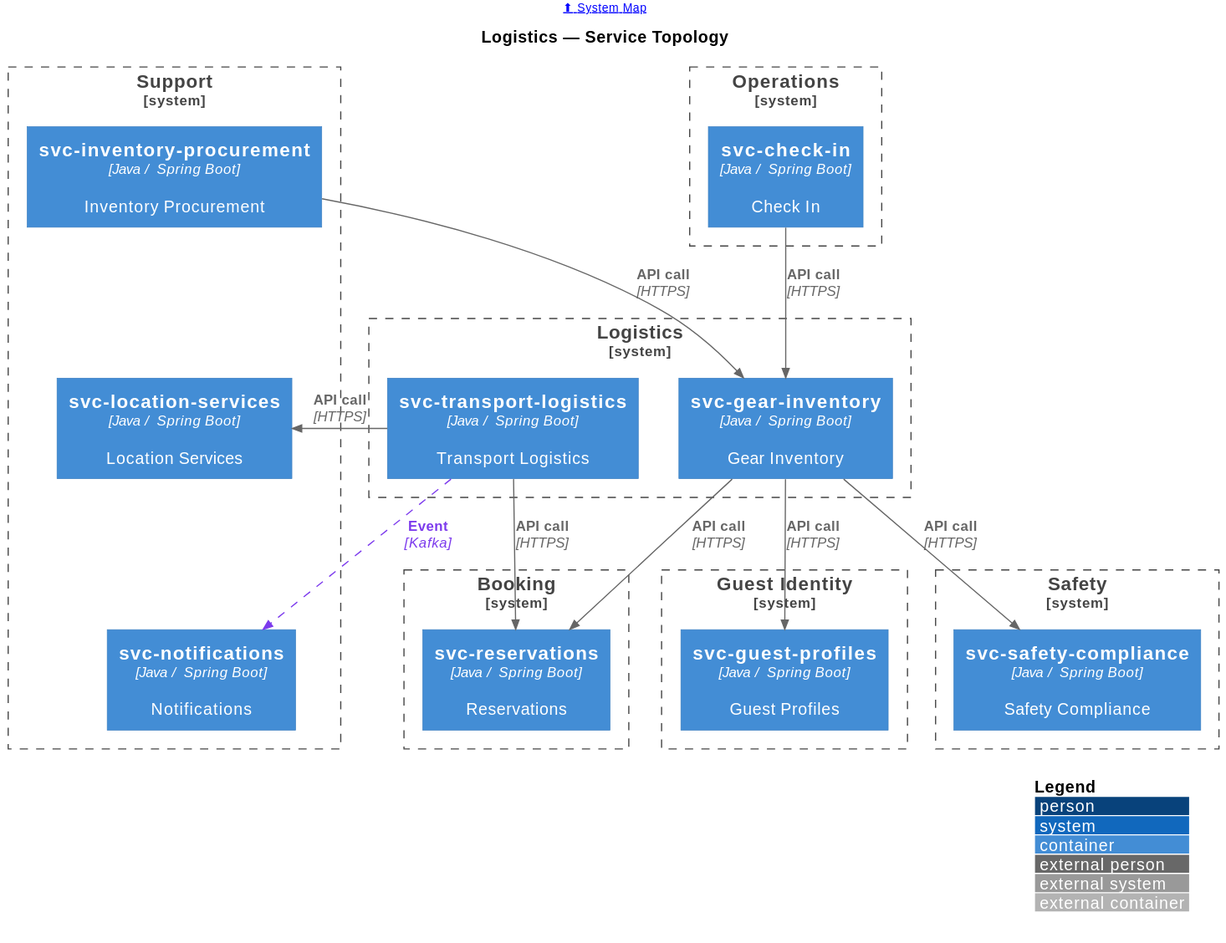
Before: portal/docs/topology/svg/topology-logistics.svg, a diagram exported from PlantUML (christopherblaisdell/continuous-architecture-platform-poc).
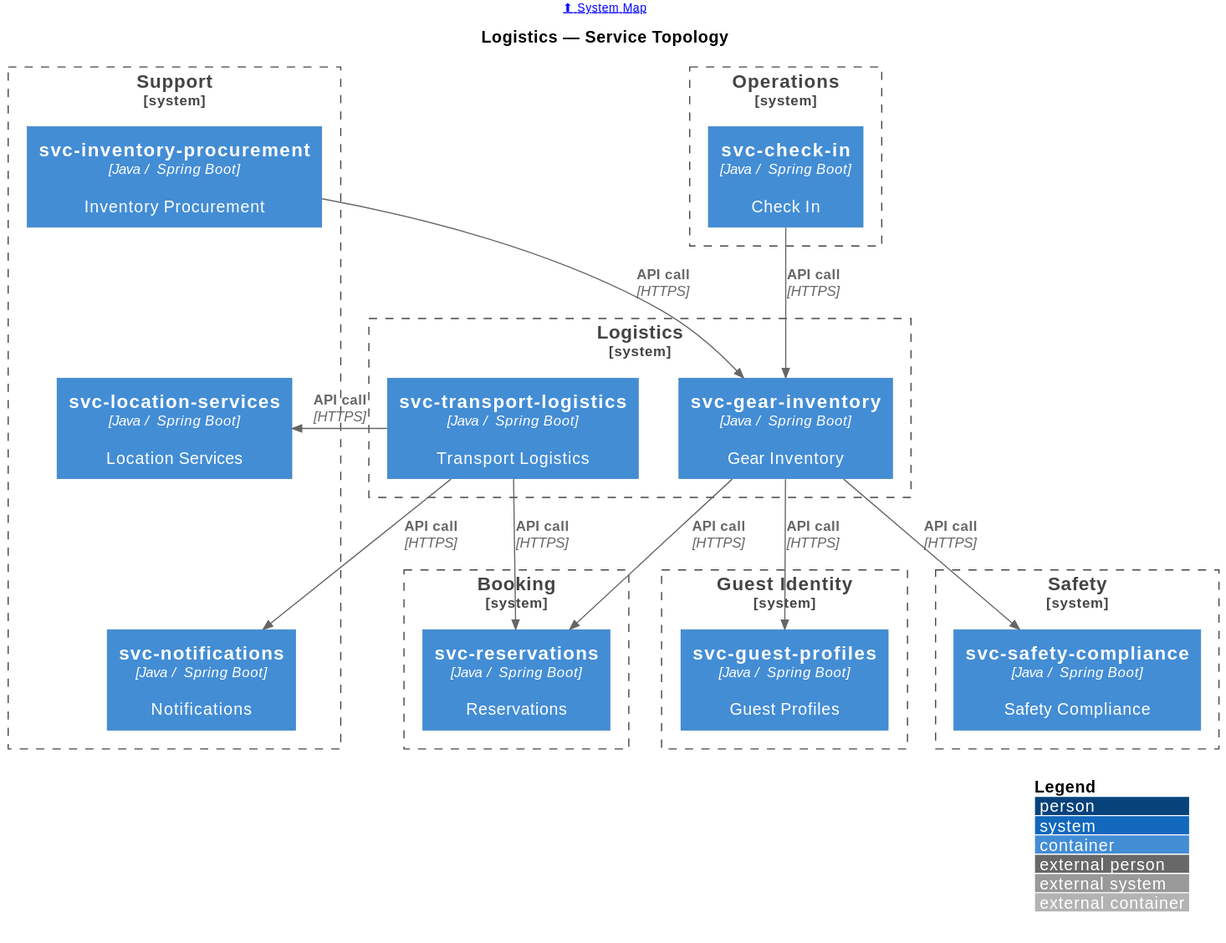
Above is the later version.

The edit, as a diff of the source:
```diff
@@ -42,8 +42,8 @@
 Rel(svc_gear_inventory, svc_safety_compliance, "API call", "HTTPS")
 Rel(svc_inventory_procurement, svc_gear_inventory, "API call", "HTTPS")
 Rel(svc_transport_logistics, svc_location_services, "API call", "HTTPS")
+Rel(svc_transport_logistics, svc_notifications, "API call", "HTTPS")
 Rel(svc_transport_logistics, svc_reservations, "API call", "HTTPS")
-Rel(svc_transport_logistics, svc_notifications, "Event", "Kafka", $tags="kafka")
 Lay_D(svc_inventory_procurement, svc_location_services)
 Lay_D(svc_location_services, svc_notifications)
 @enduml
```
